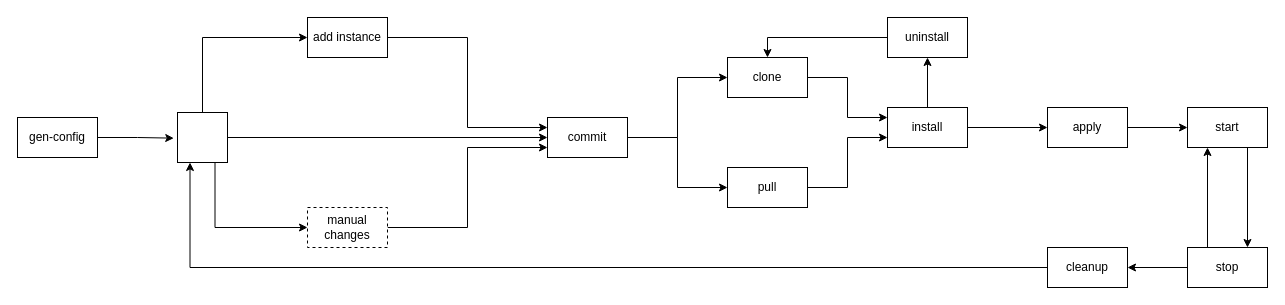
Earlier version of the draw.io diagram docs/usage.drawio (KaruroChori/klipper-deployer). Source tidied: cells renumbered, new cells numbered last; positions are measured from the earlier drawing's top-left corner, leaving out a move shared by most shapes. Both pictures are drawn from the tidied source at 100%, with x=0, y=0 at pixel (17, 17).
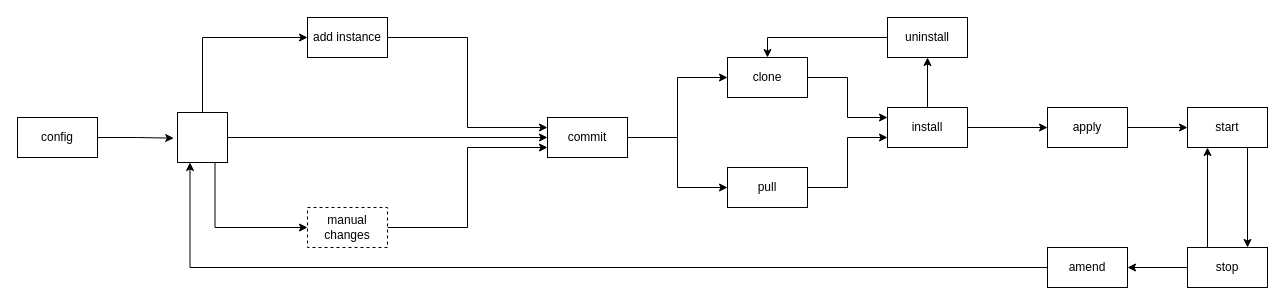
The same diagram, later.

Commit message (it also covers changes not shown here):
Better explanation of basic operations and workflows

Diff of the diagram source:
```diff
@@
-    <mxCell id="3" value="gen-config" style="rounded=0;whiteSpace=wrap;html=1;" parent="1" vertex="1">
+    <mxCell id="3" value="config" style="rounded=0;whiteSpace=wrap;html=1;" parent="1" vertex="1">
       <mxGeometry y="100" width="80" height="40" as="geometry" />
     </mxCell>
@@
-    <mxCell id="26" value="cleanup" style="rounded=0;whiteSpace=wrap;html=1;" parent="1" vertex="1">
+    <mxCell id="26" value="amend" style="rounded=0;whiteSpace=wrap;html=1;" parent="1" vertex="1">
       <mxGeometry x="1030" y="230" width="80" height="40" as="geometry" />
     </mxCell>
```
